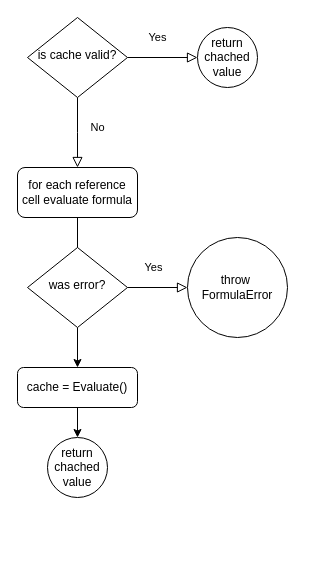
Before: formula_calculation.drawio in misandr/test_homework, a draw.io diagram. Source tidied: cells renumbered, new cells numbered last; positions are measured from the earlier drawing's top-left corner, leaving out a move shared by most shapes. Both pictures are drawn from the tidied source at 100%, with x=0, y=0 at pixel (17, 17).
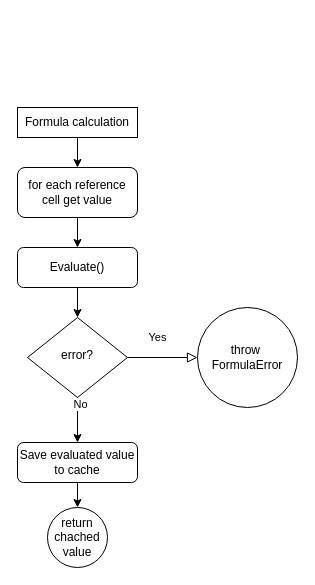
Above is the later version.

Diff of the diagram source:
```diff
@@
 <mxGraphModel>
   <root>
     <mxCell id="0" />
     <mxCell id="1" parent="0" />
+    <mxCell id="15" style="edgeStyle=orthogonalEdgeStyle;rounded=0;jettySize=auto;html=1;" parent="1" edge="1" source="6" target="19">
+      <mxGeometry relative="1" as="geometry" />
+    </mxCell>
+    <mxCell id="6" value="for each reference cell get value" style="rounded=1;whiteSpace=wrap;html=1;fontSize=12;glass=0;strokeWidth=1;shadow=0;" parent="1" vertex="1">
+      <mxGeometry y="150" width="120" height="50" as="geometry" />
+    </mxCell>
+    <mxCell id="8" style="edgeStyle=orthogonalEdgeStyle;rounded=0;jettySize=auto;html=1;entryX=0.5;entryY=0;entryDx=0;entryDy=0;" parent="1" edge="1" source="9" target="13">
+      <mxGeometry relative="1" as="geometry" />
+    </mxCell>
-    <mxCell id="2" value="No" style="rounded=0;html=1;jettySize=auto;fontSize=11;endArrow=block;endFill=0;endSize=8;strokeWidth=1;shadow=0;labelBackgroundColor=none;edgeStyle=orthogonalEdgeStyle;" parent="1" edge="1" source="4">
-      <mxGeometry x="-0.15" y="20" relative="1" as="geometry">
-        <mxPoint x="60" y="150" as="targetPoint" />
-      </mxGeometry>
+    <mxCell id="2" value="No" style="edgeLabel;html=1;align=center;verticalAlign=middle;" parent="8" vertex="1">
+      <mxGeometry x="-0.72" y="2" relative="1" as="geometry" />
     </mxCell>
-    <mxCell id="3" value="Yes" style="edgeStyle=orthogonalEdgeStyle;rounded=0;html=1;jettySize=auto;fontSize=11;endArrow=block;endFill=0;endSize=8;strokeWidth=1;shadow=0;labelBackgroundColor=none;entryX=0;entryY=0.5;entryDx=0;entryDy=0;" parent="1" edge="1" source="4" target="7">
-      <mxGeometry x="-0.14" y="20" relative="1" as="geometry" />
-    </mxCell>
-    <mxCell id="4" value="is cache valid?" style="rhombus;whiteSpace=wrap;html=1;shadow=0;fontFamily=Helvetica;fontSize=12;align=center;strokeWidth=1;spacing=6;spacingTop=-4;" parent="1" vertex="1">
-      <mxGeometry x="10" width="100" height="80" as="geometry" />
-    </mxCell>
-    <mxCell id="5" style="rounded=0;html=1;jettySize=auto;fontSize=11;endArrow=block;endFill=0;endSize=8;strokeWidth=1;shadow=0;labelBackgroundColor=none;edgeStyle=orthogonalEdgeStyle;exitX=0.5;exitY=1;exitDx=0;exitDy=0;" parent="1" edge="1" source="6">
-      <mxGeometry x="0.33" y="20" relative="1" as="geometry">
-        <mxPoint x="60" y="290" as="targetPoint" />
-      </mxGeometry>
-    </mxCell>
-    <mxCell id="6" value="for each reference cell evaluate formula" style="rounded=1;whiteSpace=wrap;html=1;fontSize=12;glass=0;strokeWidth=1;shadow=0;" parent="1" vertex="1">
-      <mxGeometry y="150" width="120" height="50" as="geometry" />
-    </mxCell>
-    <mxCell id="7" value="return chached&lt;div&gt;value&lt;/div&gt;" style="ellipse;whiteSpace=wrap;html=1;" parent="1" vertex="1">
-      <mxGeometry x="180" y="10" width="60" height="60" as="geometry" />
-    </mxCell>
-    <mxCell id="8" style="edgeStyle=orthogonalEdgeStyle;rounded=0;jettySize=auto;html=1;entryX=0.5;entryY=0;entryDx=0;entryDy=0;" parent="1" edge="1" source="9" target="13">
-      <mxGeometry relative="1" as="geometry" />
-    </mxCell>
-    <mxCell id="9" value="was error?" style="rhombus;whiteSpace=wrap;html=1;shadow=0;fontFamily=Helvetica;fontSize=12;align=center;strokeWidth=1;spacing=6;spacingTop=-4;" parent="1" vertex="1">
-      <mxGeometry x="10" y="230" width="100" height="80" as="geometry" />
+    <mxCell id="9" value="error?" style="rhombus;whiteSpace=wrap;html=1;shadow=0;fontFamily=Helvetica;fontSize=12;align=center;strokeWidth=1;spacing=6;spacingTop=-4;" parent="1" vertex="1">
+      <mxGeometry x="10" y="300" width="100" height="80" as="geometry" />
     </mxCell>
     <mxCell id="10" value="throw&amp;nbsp;&lt;div&gt;FormulaError&lt;/div&gt;" style="ellipse;whiteSpace=wrap;html=1;" parent="1" vertex="1">
-      <mxGeometry x="170" y="220" width="100" height="100" as="geometry" />
+      <mxGeometry x="180" y="290" width="100" height="100" as="geometry" />
     </mxCell>
     <mxCell id="11" value="Yes" style="edgeStyle=orthogonalEdgeStyle;rounded=0;html=1;jettySize=auto;fontSize=11;endArrow=block;endFill=0;endSize=8;strokeWidth=1;shadow=0;labelBackgroundColor=none;entryX=0;entryY=0.5;entryDx=0;entryDy=0;exitX=1;exitY=0.5;exitDx=0;exitDy=0;" parent="1" edge="1" source="9" target="10">
       <mxGeometry x="-0.14" y="20" relative="1" as="geometry" />
     </mxCell>
     <mxCell id="12" style="edgeStyle=orthogonalEdgeStyle;rounded=0;jettySize=auto;html=1;entryX=0.5;entryY=0;entryDx=0;entryDy=0;" parent="1" edge="1" source="13" target="14">
       <mxGeometry relative="1" as="geometry" />
     </mxCell>
-    <mxCell id="13" value="cache = Evaluate()" style="rounded=1;whiteSpace=wrap;html=1;fontSize=12;glass=0;strokeWidth=1;shadow=0;" parent="1" vertex="1">
-      <mxGeometry y="350" width="120" height="40" as="geometry" />
+    <mxCell id="13" value="Save evaluated value to cache" style="rounded=1;whiteSpace=wrap;html=1;fontSize=12;glass=0;strokeWidth=1;shadow=0;" parent="1" vertex="1">
+      <mxGeometry y="425" width="120" height="40" as="geometry" />
     </mxCell>
     <mxCell id="14" value="return chached&lt;div&gt;value&lt;/div&gt;" style="ellipse;whiteSpace=wrap;html=1;" parent="1" vertex="1">
-      <mxGeometry x="30" y="420" width="60" height="60" as="geometry" />
+      <mxGeometry x="30" y="490" width="60" height="60" as="geometry" />
     </mxCell>
+    <mxCell id="16" style="edgeStyle=orthogonalEdgeStyle;rounded=0;jettySize=auto;html=1;" parent="1" edge="1" source="17" target="6">
+      <mxGeometry relative="1" as="geometry" />
+    </mxCell>
+    <mxCell id="17" value="Formula calculation" style="rounded=0;whiteSpace=wrap;html=1;" parent="1" vertex="1">
+      <mxGeometry y="90" width="120" height="30" as="geometry" />
+    </mxCell>
+    <mxCell id="18" style="edgeStyle=orthogonalEdgeStyle;rounded=0;jettySize=auto;html=1;" parent="1" edge="1" source="19" target="9">
+      <mxGeometry relative="1" as="geometry" />
+    </mxCell>
+    <mxCell id="19" value="Evaluate()" style="rounded=1;whiteSpace=wrap;html=1;fontSize=12;glass=0;strokeWidth=1;shadow=0;" parent="1" vertex="1">
+      <mxGeometry y="230" width="120" height="40" as="geometry" />
+    </mxCell>
   </root>
 </mxGraphModel>
```
